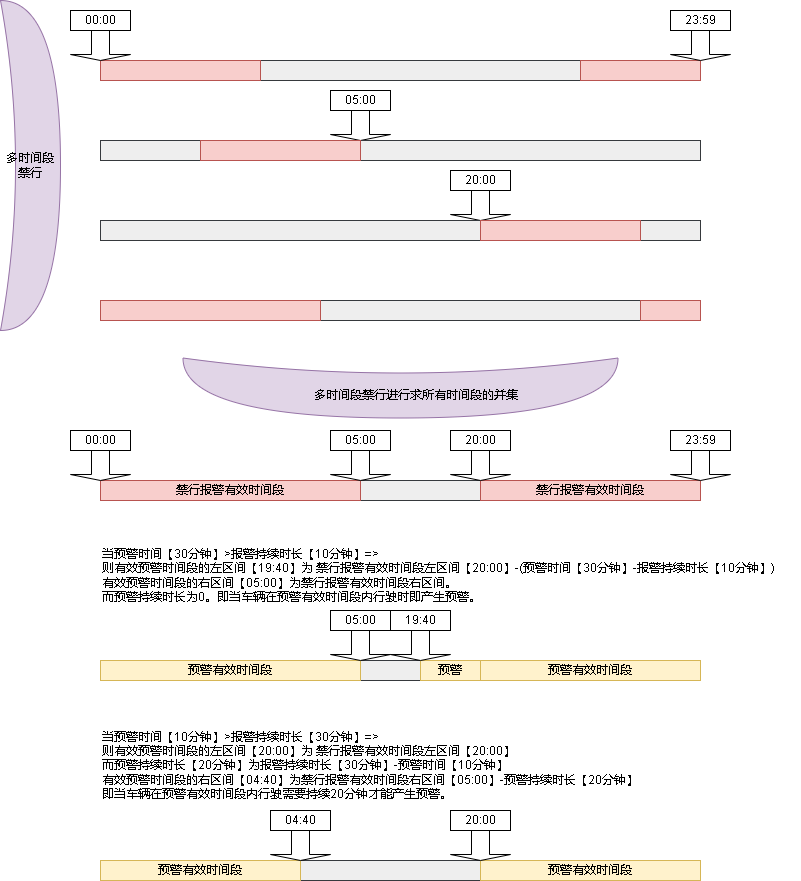
xktder/draw keeps this draw.io diagram as 禁行.drawio.png. Above is the earlier version. Source tidied: cells renumbered, new cells last; positions are measured from the earlier drawing's top-left corner, leaving out a move shared by most shapes.
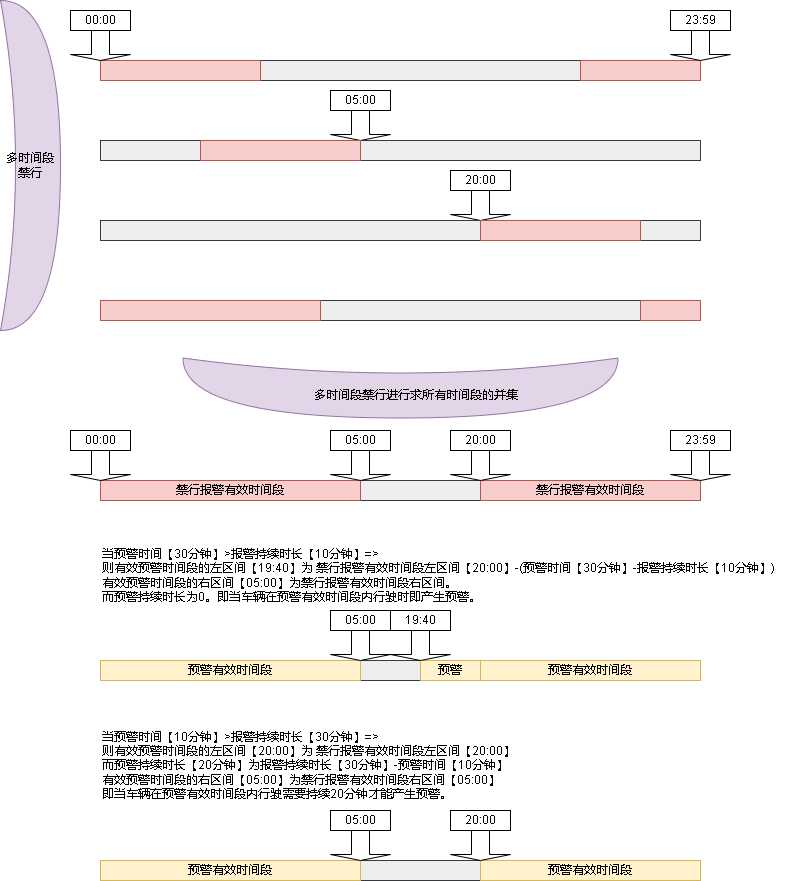
Above is the later version.

Change to the diagram source:
```diff
@@ -84,7 +84,7 @@
       <mxGeometry x="100" y="860" width="600" height="20" as="geometry" />
     </mxCell>
     <mxCell id="29" value="预警有效时间段" style="rounded=0;whiteSpace=wrap;html=1;fillColor=#fff2cc;strokeColor=#d6b656;" parent="1" vertex="1">
-      <mxGeometry x="100" y="860" width="200" height="20" as="geometry" />
+      <mxGeometry x="100" y="860" width="260" height="20" as="geometry" />
     </mxCell>
     <mxCell id="30" value="预警有效时间段" style="rounded=0;whiteSpace=wrap;html=1;fillColor=#fff2cc;strokeColor=#d6b656;" parent="1" vertex="1">
       <mxGeometry x="480" y="860" width="220" height="20" as="geometry" />
@@ -128,14 +128,14 @@
     <mxCell id="43" value="20:00" style="rounded=0;whiteSpace=wrap;html=1;" parent="1" vertex="1">
       <mxGeometry x="450" y="810" width="60" height="20" as="geometry" />
     </mxCell>
-    <mxCell id="44" value="当预警时间【10分钟】&amp;gt;报警持续时长【30分钟】=&amp;gt;&lt;br&gt;则有效预警时间段的左区间【20:00】为 禁行报警有效时间段左区间【20:00】&lt;br&gt;而预警持续时长【20分钟】为报警持续时长【30分钟】-预警时间【10分钟】&lt;br&gt;有效预警时间段的右区间【04:40】为禁行报警有效时间段右区间【05:00】-预警持续时长【20分钟】&lt;br&gt;即当车辆在预警有效时间段内行驶需要持续20分钟才能产生预警。" style="text;html=1;align=left;verticalAlign=middle;strokeColor=none;fillColor=none;" parent="1" vertex="1">
-      <mxGeometry x="100" y="720" width="560" height="90" as="geometry" />
+    <mxCell id="44" value="当预警时间【10分钟】&amp;gt;报警持续时长【30分钟】=&amp;gt;&lt;br&gt;则有效预警时间段的左区间【20:00】为 禁行报警有效时间段左区间【20:00】&lt;br&gt;而预警持续时长【20分钟】为报警持续时长【30分钟】-预警时间【10分钟】&lt;br&gt;有效预警时间段的右区间【05:00】为禁行报警有效时间段右区间【05:00】&lt;br&gt;即当车辆在预警有效时间段内行驶需要持续20分钟才能产生预警。" style="text;html=1;align=left;verticalAlign=middle;strokeColor=none;fillColor=none;" parent="1" vertex="1">
+      <mxGeometry x="100" y="720" width="440" height="90" as="geometry" />
     </mxCell>
     <mxCell id="45" style="shape=singleArrow;direction=south;whiteSpace=wrap;html=1;" parent="1" vertex="1">
-      <mxGeometry x="270" y="830" width="60" height="30" as="geometry" />
+      <mxGeometry x="330" y="830" width="60" height="30" as="geometry" />
     </mxCell>
-    <mxCell id="46" value="04:40" style="rounded=0;whiteSpace=wrap;html=1;" parent="1" vertex="1">
-      <mxGeometry x="270" y="810" width="60" height="20" as="geometry" />
+    <mxCell id="46" value="05:00" style="rounded=0;whiteSpace=wrap;html=1;" parent="1" vertex="1">
+      <mxGeometry x="330" y="810" width="60" height="20" as="geometry" />
     </mxCell>
     <mxCell id="47" value="多时间段禁行" style="shape=xor;whiteSpace=wrap;html=1;fillColor=#e1d5e7;strokeColor=#9673a6;" parent="1" vertex="1">
       <mxGeometry width="60" height="330" as="geometry" />
```
